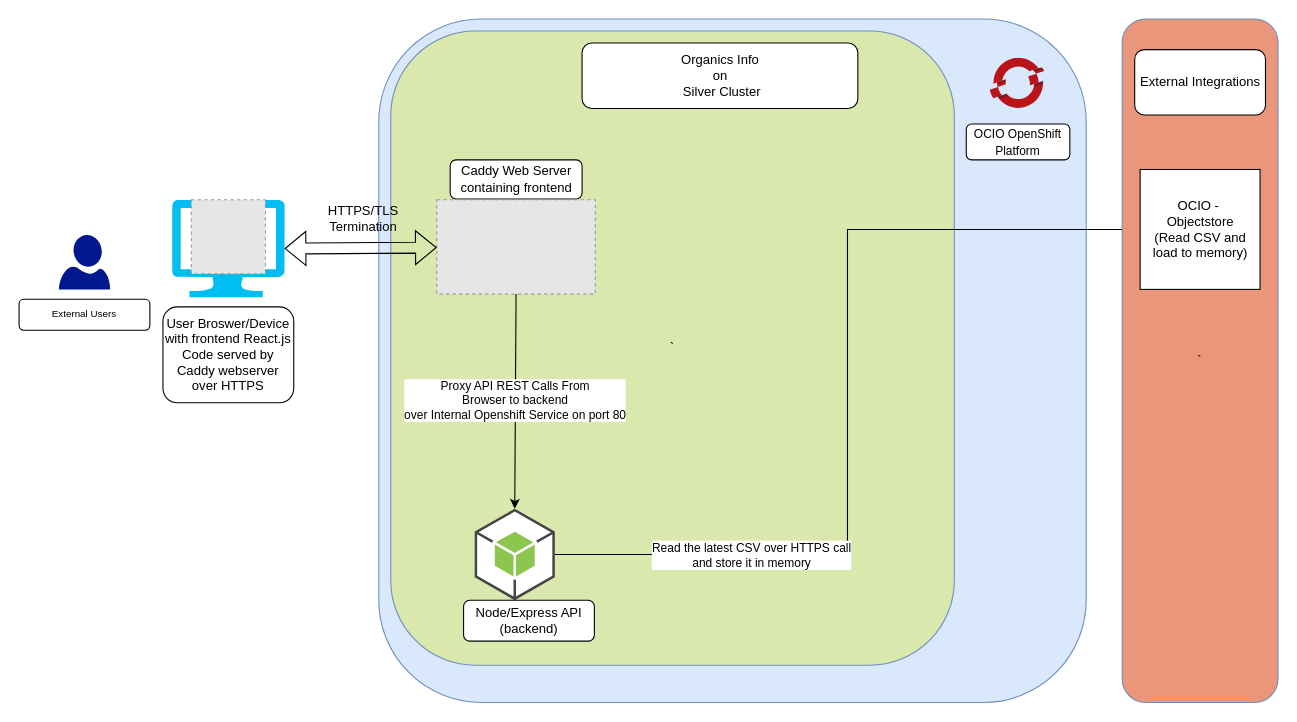
Above: .diagrams/architecture/omrr.arch.drawio in bcgov/nr-epd-organics-info (draw.io), before the change. Source tidied: cells renumbered, new cells numbered last; positions are measured from the earlier drawing's top-left corner, leaving out a move shared by most shapes. Both pictures are drawn from the tidied source at 109%, with x=0, y=0 at pixel (19, 19). Pictures stored in the file or linked from it are replaced by grey dashed boxes.
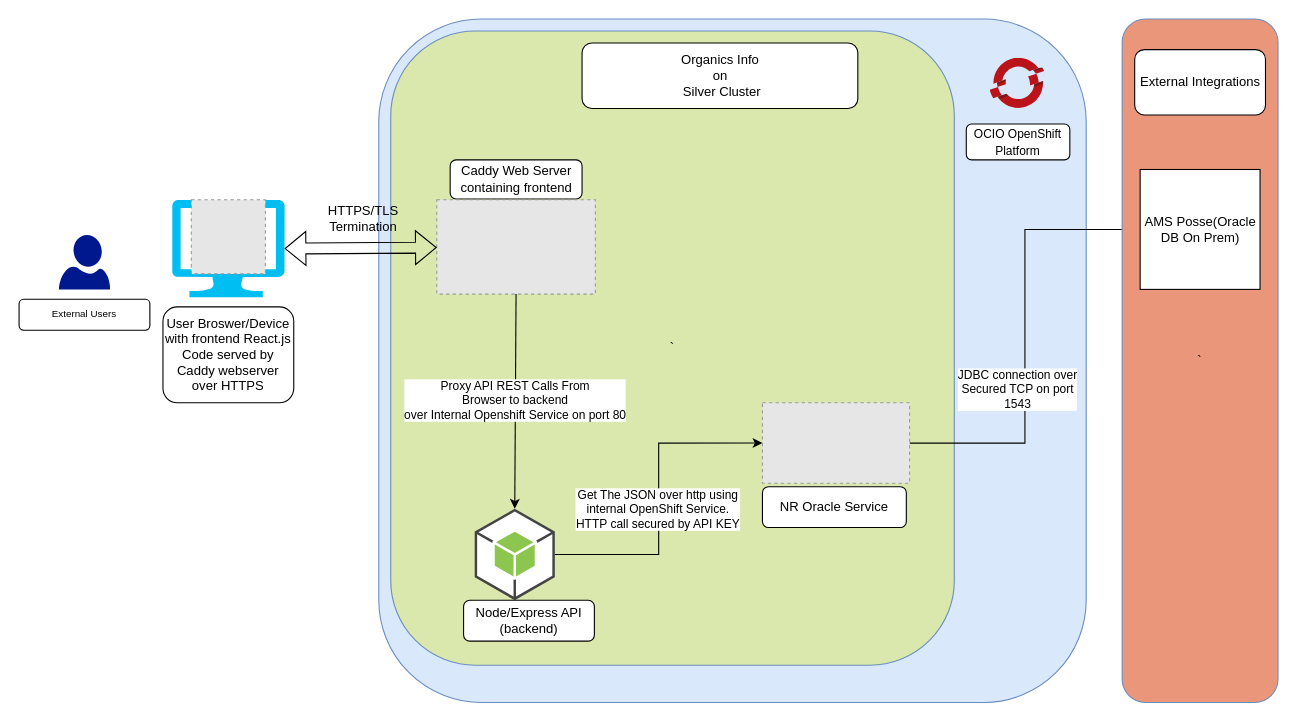
The same page after the edit.

Commit message (it also covers changes not shown here):
chore(docs): update diagrams to reflect current state. (#151)

The change refers to these unchanged cells:
```xml
<mxCell id="6" style="outlineConnect=0;dashed=0;verticalLabelPosition=bottom;verticalAlign=top;align=center;html=1;shape=mxgraph.aws3.android;fillColor=#8CC64F;gradientColor=none;" parent="1" vertex="1">
  <mxGeometry x="418" y="449.2" width="73.5" height="84" as="geometry" />
</mxCell>
```

Change to the diagram source:
```diff
@@
-    <mxCell id="4" style="edgeStyle=orthogonalEdgeStyle;rounded=0;jettySize=auto;html=1;entryX=0;entryY=0.5;entryDx=0;entryDy=0;" parent="1" edge="1" source="6" target="22">
+    <mxCell id="4" style="edgeStyle=orthogonalEdgeStyle;rounded=0;jettySize=auto;html=1;entryX=0;entryY=0.5;entryDx=0;entryDy=0;" parent="1" edge="1" source="27" target="22">
       <mxGeometry relative="1" as="geometry" />
     </mxCell>
-    <mxCell id="5" value="Read the latest CSV over HTTPS call&lt;br&gt;and store it in memory" style="edgeLabel;html=1;align=center;verticalAlign=middle;" parent="4" vertex="1">
-      <mxGeometry x="-0.57" relative="1" as="geometry" />
-    </mxCell>
+    <mxCell id="24" value="JDBC connection over&lt;br&gt;Secured TCP on port&lt;br&gt;1543" style="edgeLabel;html=1;align=center;verticalAlign=middle;" parent="4" vertex="1">
+      <mxGeometry x="-0.32" y="-2" relative="1" as="geometry">
+        <mxPoint x="-9" y="-16" as="offset" />
+      </mxGeometry>
+    </mxCell>
@@
-    <mxCell id="22" value="OCIO -&amp;nbsp;&lt;div&gt;Objectstore&lt;/div&gt;&lt;div&gt;(Read CSV and load to memory)&lt;/div&gt;" style="whiteSpace=wrap;html=1;" parent="1" vertex="1">
+    <mxCell id="22" value="AMS Posse(Oracle DB On Prem)" style="whiteSpace=wrap;html=1;" parent="1" vertex="1">
       <mxGeometry x="1028.5" y="138" width="110" height="110" as="geometry" />
     </mxCell>
@@
+    <mxCell id="25" style="edgeStyle=orthogonalEdgeStyle;rounded=0;jettySize=auto;html=1;entryX=0;entryY=0.5;entryDx=0;entryDy=0;" parent="1" edge="1" source="6" target="27">
+      <mxGeometry relative="1" as="geometry" />
+    </mxCell>
+    <mxCell id="26" value="Get The JSON over http using&lt;br&gt;internal OpenShift Service. &lt;br&gt;HTTP call secured by API KEY" style="edgeLabel;html=1;align=center;verticalAlign=middle;" parent="25" vertex="1">
+      <mxGeometry x="-0.57" relative="1" as="geometry">
+        <mxPoint x="31" y="-42" as="offset" />
+      </mxGeometry>
+    </mxCell>
+    <mxCell id="27" style="fillColor=#E6E6E6;strokeColor=#999999;dashed=1;verticalLabelPosition=bottom;labelBackgroundColor=default;verticalAlign=top;" parent="1" vertex="1">
+      <mxGeometry x="682" y="352" width="135" height="73.9" as="geometry" />
+    </mxCell>
+    <mxCell id="28" value="NR Oracle Service" style="rounded=1;whiteSpace=wrap;html=1;" parent="1" vertex="1">
+      <mxGeometry x="682" y="429" width="132" height="37.5" as="geometry" />
+    </mxCell>
```
